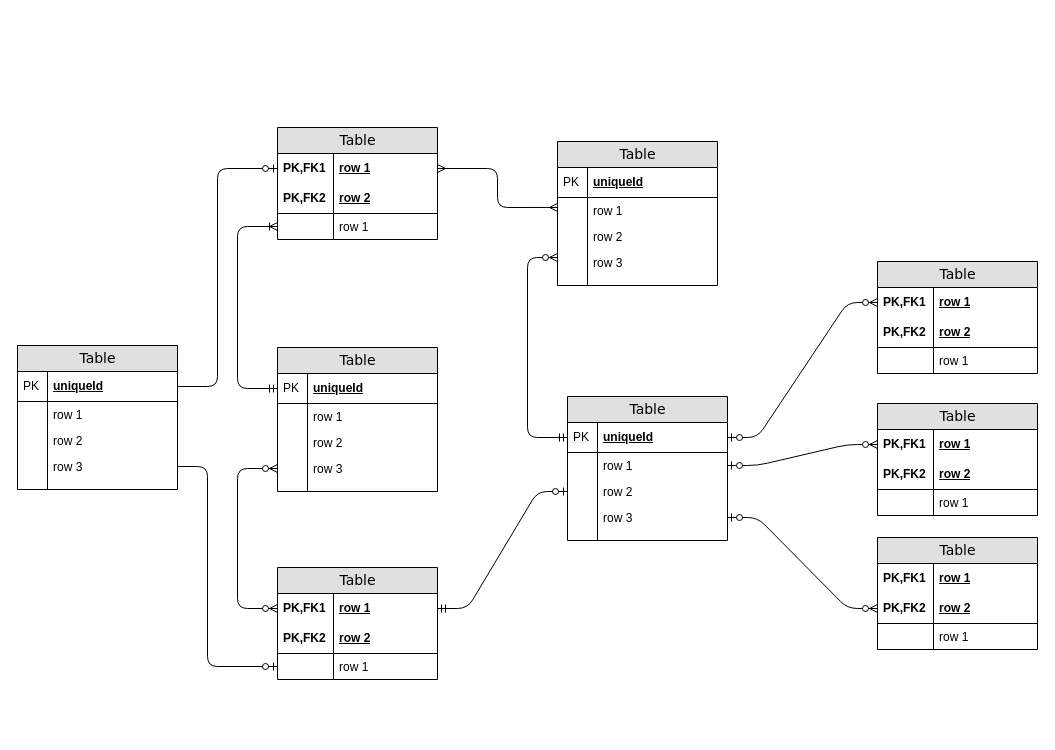
Above: Database Schema Diagram.drawio in nathanalbe/Covalent (draw.io), before the change. Source tidied: cells renumbered, new cells numbered last; positions are measured from the earlier drawing's top-left corner, leaving out a move shared by most shapes. Both pictures are drawn from the tidied source at 100%, with x=0, y=0 at pixel (17, 127).
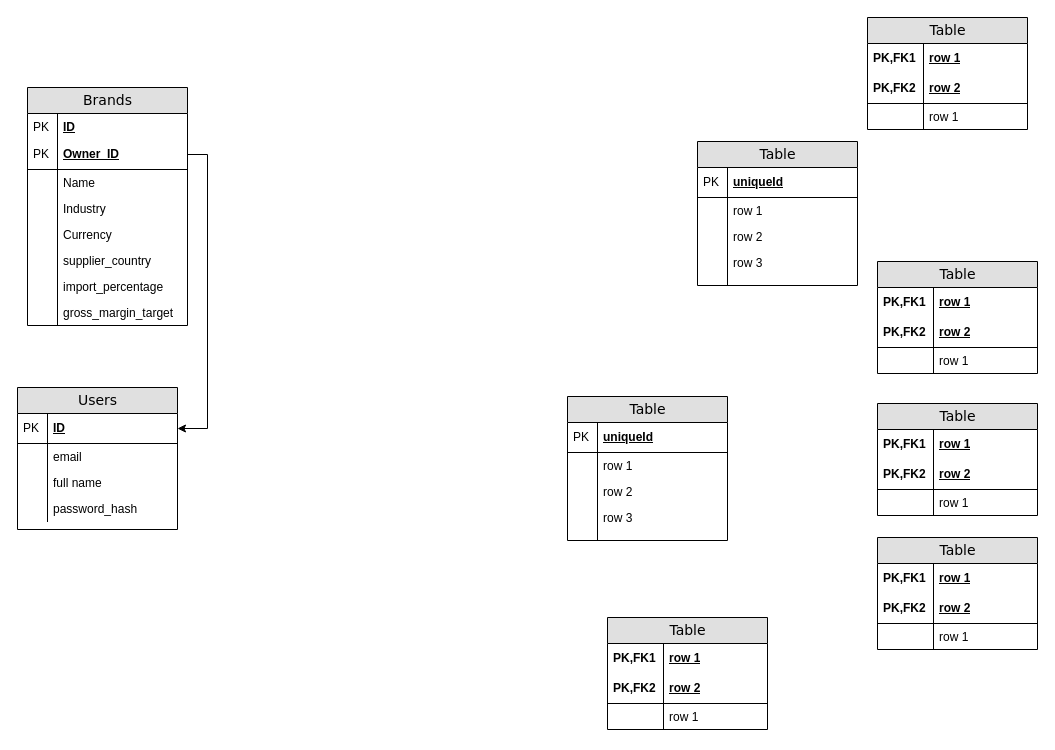
The same diagram, later.

Unchanged cells that the change refers to:
```xml
<mxCell id="3" value="row 1" style="shape=partialRectangle;top=0;left=0;right=0;bottom=0;html=1;align=left;verticalAlign=middle;fillColor=none;spacingLeft=60;spacingRight=4;whiteSpace=wrap;overflow=hidden;points=[[0,0.5],[1,0.5]];portConstraint=eastwest;fontStyle=5;" parent="2" vertex="1">
  <mxGeometry y="26" width="160" height="30" as="geometry" />
</mxCell>
<mxCell id="7" value="row 1" style="shape=partialRectangle;top=0;left=0;right=0;bottom=0;html=1;align=left;verticalAlign=top;fillColor=none;spacingLeft=60;spacingRight=4;whiteSpace=wrap;overflow=hidden;points=[[0,0.5],[1,0.5]];portConstraint=eastwest;" parent="2" vertex="1">
  <mxGeometry y="86" width="160" height="26" as="geometry" />
</mxCell>
<mxCell id="12" value="row 1" style="shape=partialRectangle;top=0;left=0;right=0;bottom=0;html=1;align=left;verticalAlign=top;fillColor=none;spacingLeft=34;spacingRight=4;whiteSpace=wrap;overflow=hidden;points=[[0,0.5],[1,0.5]];portConstraint=eastwest;" parent="9" vertex="1">
  <mxGeometry y="56" width="160" height="26" as="geometry" />
</mxCell>
<mxCell id="16" value="row 3" style="shape=partialRectangle;top=0;left=0;right=0;bottom=0;html=1;align=left;verticalAlign=top;fillColor=none;spacingLeft=34;spacingRight=4;whiteSpace=wrap;overflow=hidden;points=[[0,0.5],[1,0.5]];portConstraint=eastwest;" parent="9" vertex="1">
  <mxGeometry y="108" width="160" height="26" as="geometry" />
</mxCell>
<mxCell id="32" value="uniqueId" style="shape=partialRectangle;top=0;left=0;right=0;bottom=1;html=1;align=left;verticalAlign=middle;fillColor=none;spacingLeft=34;spacingRight=4;whiteSpace=wrap;overflow=hidden;points=[[0,0.5],[1,0.5]];portConstraint=eastwest;fontStyle=5;" parent="31" vertex="1">
  <mxGeometry y="26" width="160" height="30" as="geometry" />
</mxCell>
<mxCell id="34" value="row 1" style="shape=partialRectangle;top=0;left=0;right=0;bottom=0;html=1;align=left;verticalAlign=top;fillColor=none;spacingLeft=34;spacingRight=4;whiteSpace=wrap;overflow=hidden;points=[[0,0.5],[1,0.5]];portConstraint=eastwest;" parent="31" vertex="1">
  <mxGeometry y="56" width="160" height="26" as="geometry" />
</mxCell>
<mxCell id="36" value="row 2" style="shape=partialRectangle;top=0;left=0;right=0;bottom=0;html=1;align=left;verticalAlign=top;fillColor=none;spacingLeft=34;spacingRight=4;whiteSpace=wrap;overflow=hidden;points=[[0,0.5],[1,0.5]];portConstraint=eastwest;" parent="31" vertex="1">
  <mxGeometry y="82" width="160" height="26" as="geometry" />
</mxCell>
<mxCell id="38" value="row 3" style="shape=partialRectangle;top=0;left=0;right=0;bottom=0;html=1;align=left;verticalAlign=top;fillColor=none;spacingLeft=34;spacingRight=4;whiteSpace=wrap;overflow=hidden;points=[[0,0.5],[1,0.5]];portConstraint=eastwest;" parent="31" vertex="1">
  <mxGeometry y="108" width="160" height="26" as="geometry" />
</mxCell>
<mxCell id="43" value="row 1" style="shape=partialRectangle;top=0;left=0;right=0;bottom=0;html=1;align=left;verticalAlign=middle;fillColor=none;spacingLeft=60;spacingRight=4;whiteSpace=wrap;overflow=hidden;points=[[0,0.5],[1,0.5]];portConstraint=eastwest;fontStyle=5;" parent="42" vertex="1">
  <mxGeometry y="26" width="160" height="30" as="geometry" />
</mxCell>
<mxCell id="50" value="row 1" style="shape=partialRectangle;top=0;left=0;right=0;bottom=0;html=1;align=left;verticalAlign=middle;fillColor=none;spacingLeft=60;spacingRight=4;whiteSpace=wrap;overflow=hidden;points=[[0,0.5],[1,0.5]];portConstraint=eastwest;fontStyle=5;" parent="49" vertex="1">
  <mxGeometry y="26" width="160" height="30" as="geometry" />
</mxCell>
<mxCell id="54" value="row 1" style="shape=partialRectangle;top=0;left=0;right=0;bottom=0;html=1;align=left;verticalAlign=top;fillColor=none;spacingLeft=60;spacingRight=4;whiteSpace=wrap;overflow=hidden;points=[[0,0.5],[1,0.5]];portConstraint=eastwest;" parent="49" vertex="1">
  <mxGeometry y="86" width="160" height="26" as="geometry" />
</mxCell>
<mxCell id="63" value="row 1" style="shape=partialRectangle;top=0;left=0;right=0;bottom=0;html=1;align=left;verticalAlign=middle;fillColor=none;spacingLeft=60;spacingRight=4;whiteSpace=wrap;overflow=hidden;points=[[0,0.5],[1,0.5]];portConstraint=eastwest;fontStyle=5;" parent="62" vertex="1">
  <mxGeometry y="26" width="160" height="30" as="geometry" />
</mxCell>
<mxCell id="72" value="row 2" style="shape=partialRectangle;top=0;left=0;right=0;bottom=1;html=1;align=left;verticalAlign=middle;fillColor=none;spacingLeft=60;spacingRight=4;whiteSpace=wrap;overflow=hidden;points=[[0,0.5],[1,0.5]];portConstraint=eastwest;fontStyle=5;" parent="69" vertex="1">
  <mxGeometry y="56" width="160" height="30" as="geometry" />
</mxCell>
```

Diff of the diagram source:
```diff
@@
     <mxCell id="2" value="Table" style="swimlane;html=1;fontStyle=0;horizontal=1;startSize=26;fillColor=#e0e0e0;swimlaneFillColor=#ffffff;align=center;rounded=0;shadow=0;comic=0;labelBackgroundColor=none;strokeWidth=1;fontFamily=Verdana;fontSize=14;" parent="1" vertex="1">
-      <mxGeometry x="260" width="160" height="112" as="geometry" />
+      <mxGeometry x="850" y="-110" width="160" height="112" as="geometry" />
     </mxCell>
@@
     <mxCell id="9" value="Table" style="swimlane;html=1;fontStyle=0;horizontal=1;startSize=26;fillColor=#e0e0e0;swimlaneFillColor=#ffffff;align=center;rounded=0;shadow=0;comic=0;labelBackgroundColor=none;strokeWidth=1;fontFamily=Verdana;fontSize=14;swimlaneLine=1;" parent="1" vertex="1">
-      <mxGeometry x="540" y="14" width="160" height="144" as="geometry" />
+      <mxGeometry x="680" y="14" width="160" height="144" as="geometry" />
     </mxCell>
@@
-    <mxCell id="20" value="Table" style="swimlane;html=1;fontStyle=0;horizontal=1;startSize=26;fillColor=#e0e0e0;swimlaneFillColor=#ffffff;align=center;rounded=0;shadow=0;comic=0;labelBackgroundColor=none;strokeWidth=1;fontFamily=Verdana;fontSize=14;" parent="1" vertex="1">
-      <mxGeometry x="260" y="220" width="160" height="144" as="geometry" />
+    <mxCell id="20" value="Brands" style="swimlane;html=1;fontStyle=0;horizontal=1;startSize=26;fillColor=#e0e0e0;swimlaneFillColor=#ffffff;align=center;rounded=0;shadow=0;comic=0;labelBackgroundColor=none;strokeWidth=1;fontFamily=Verdana;fontSize=14;" parent="1" vertex="1">
+      <mxGeometry x="10" y="-40" width="160" height="238" as="geometry" />
     </mxCell>
+    <mxCell id="23" value="&lt;b&gt;&lt;u&gt;ID&lt;/u&gt;&lt;/b&gt;" style="shape=partialRectangle;top=0;left=0;right=0;bottom=0;html=1;align=left;verticalAlign=top;fillColor=none;spacingLeft=34;spacingRight=4;whiteSpace=wrap;overflow=hidden;" parent="20" vertex="1">
+      <mxGeometry y="26" width="160" height="26" as="geometry" />
+    </mxCell>
+    <mxCell id="24" value="PK" style="shape=partialRectangle;top=0;left=0;bottom=0;html=1;fillColor=none;align=left;verticalAlign=top;spacingLeft=4;spacingRight=4;whiteSpace=wrap;overflow=hidden;" parent="23" vertex="1">
+      <mxGeometry width="30" height="26" as="geometry" />
+    </mxCell>
-    <mxCell id="21" value="uniqueId" style="shape=partialRectangle;top=0;left=0;right=0;bottom=1;html=1;align=left;verticalAlign=middle;fillColor=none;spacingLeft=34;spacingRight=4;whiteSpace=wrap;overflow=hidden;points=[[0,0.5],[1,0.5]];portConstraint=eastwest;fontStyle=5;" parent="20" vertex="1">
-      <mxGeometry y="26" width="160" height="30" as="geometry" />
+    <mxCell id="21" value="Owner_ID" style="shape=partialRectangle;top=0;left=0;right=0;bottom=1;html=1;align=left;verticalAlign=middle;fillColor=none;spacingLeft=34;spacingRight=4;whiteSpace=wrap;overflow=hidden;points=[[0,0.5],[1,0.5]];portConstraint=eastwest;fontStyle=5;" parent="20" vertex="1">
+      <mxGeometry y="52" width="160" height="30" as="geometry" />
     </mxCell>
@@
-    <mxCell id="23" value="row 1" style="shape=partialRectangle;top=0;left=0;right=0;bottom=0;html=1;align=left;verticalAlign=top;fillColor=none;spacingLeft=34;spacingRight=4;whiteSpace=wrap;overflow=hidden;" parent="20" vertex="1">
-      <mxGeometry y="56" width="160" height="26" as="geometry" />
-    </mxCell>
-    <mxCell id="24" style="shape=partialRectangle;top=0;left=0;bottom=0;html=1;fillColor=none;align=left;verticalAlign=top;spacingLeft=4;spacingRight=4;whiteSpace=wrap;overflow=hidden;" parent="23" vertex="1">
-      <mxGeometry width="30" height="26" as="geometry" />
-    </mxCell>
-    <mxCell id="25" value="row 2" style="shape=partialRectangle;top=0;left=0;right=0;bottom=0;html=1;align=left;verticalAlign=top;fillColor=none;spacingLeft=34;spacingRight=4;whiteSpace=wrap;overflow=hidden;" parent="20" vertex="1">
+    <mxCell id="25" value="Name" style="shape=partialRectangle;top=0;left=0;right=0;bottom=0;html=1;align=left;verticalAlign=top;fillColor=none;spacingLeft=34;spacingRight=4;whiteSpace=wrap;overflow=hidden;" parent="20" vertex="1">
       <mxGeometry y="82" width="160" height="26" as="geometry" />
     </mxCell>
@@
-    <mxCell id="27" value="row 3" style="shape=partialRectangle;top=0;left=0;right=0;bottom=0;html=1;align=left;verticalAlign=top;fillColor=none;spacingLeft=34;spacingRight=4;whiteSpace=wrap;overflow=hidden;points=[[0,0.5],[1,0.5]];portConstraint=eastwest;" parent="20" vertex="1">
+    <mxCell id="27" value="Industry" style="shape=partialRectangle;top=0;left=0;right=0;bottom=0;html=1;align=left;verticalAlign=top;fillColor=none;spacingLeft=34;spacingRight=4;whiteSpace=wrap;overflow=hidden;points=[[0,0.5],[1,0.5]];portConstraint=eastwest;" parent="20" vertex="1">
       <mxGeometry y="108" width="160" height="26" as="geometry" />
     </mxCell>
@@
-    <mxCell id="29" style="shape=partialRectangle;top=0;left=0;right=0;bottom=0;html=1;align=left;verticalAlign=top;fillColor=none;spacingLeft=34;spacingRight=4;whiteSpace=wrap;overflow=hidden;" parent="20" vertex="1">
-      <mxGeometry y="134" width="160" height="10" as="geometry" />
-    </mxCell>
-    <mxCell id="30" style="shape=partialRectangle;top=0;left=0;bottom=0;html=1;fillColor=none;align=left;verticalAlign=top;spacingLeft=4;spacingRight=4;whiteSpace=wrap;overflow=hidden;" parent="29" vertex="1">
-      <mxGeometry width="30" height="10" as="geometry" />
-    </mxCell>
+    <mxCell id="91" value="Currency" style="shape=partialRectangle;top=0;left=0;right=0;bottom=0;html=1;align=left;verticalAlign=top;fillColor=none;spacingLeft=34;spacingRight=4;whiteSpace=wrap;overflow=hidden;" parent="20" vertex="1">
+      <mxGeometry y="134" width="160" height="26" as="geometry" />
+    </mxCell>
+    <mxCell id="92" style="shape=partialRectangle;top=0;left=0;bottom=0;html=1;fillColor=none;align=left;verticalAlign=top;spacingLeft=4;spacingRight=4;whiteSpace=wrap;overflow=hidden;" parent="91" vertex="1">
+      <mxGeometry width="30" height="26" as="geometry" />
+    </mxCell>
+    <mxCell id="93" value="supplier_country" style="shape=partialRectangle;top=0;left=0;right=0;bottom=0;html=1;align=left;verticalAlign=top;fillColor=none;spacingLeft=34;spacingRight=4;whiteSpace=wrap;overflow=hidden;" parent="20" vertex="1">
+      <mxGeometry y="160" width="160" height="26" as="geometry" />
+    </mxCell>
+    <mxCell id="94" style="shape=partialRectangle;top=0;left=0;bottom=0;html=1;fillColor=none;align=left;verticalAlign=top;spacingLeft=4;spacingRight=4;whiteSpace=wrap;overflow=hidden;" parent="93" vertex="1">
+      <mxGeometry width="30" height="26" as="geometry" />
+    </mxCell>
+    <mxCell id="95" value="import_percentage" style="shape=partialRectangle;top=0;left=0;right=0;bottom=0;html=1;align=left;verticalAlign=top;fillColor=none;spacingLeft=34;spacingRight=4;whiteSpace=wrap;overflow=hidden;" parent="20" vertex="1">
+      <mxGeometry y="186" width="160" height="26" as="geometry" />
+    </mxCell>
+    <mxCell id="96" style="shape=partialRectangle;top=0;left=0;bottom=0;html=1;fillColor=none;align=left;verticalAlign=top;spacingLeft=4;spacingRight=4;whiteSpace=wrap;overflow=hidden;" parent="95" vertex="1">
+      <mxGeometry width="30" height="26" as="geometry" />
+    </mxCell>
+    <mxCell id="97" value="gross_margin_target" style="shape=partialRectangle;top=0;left=0;right=0;bottom=0;html=1;align=left;verticalAlign=top;fillColor=none;spacingLeft=34;spacingRight=4;whiteSpace=wrap;overflow=hidden;" parent="20" vertex="1">
+      <mxGeometry y="212" width="160" height="26" as="geometry" />
+    </mxCell>
+    <mxCell id="98" style="shape=partialRectangle;top=0;left=0;bottom=0;html=1;fillColor=none;align=left;verticalAlign=top;spacingLeft=4;spacingRight=4;whiteSpace=wrap;overflow=hidden;" parent="97" vertex="1">
+      <mxGeometry width="30" height="26" as="geometry" />
+    </mxCell>
@@
     <mxCell id="49" value="Table" style="swimlane;html=1;fontStyle=0;horizontal=1;startSize=26;fillColor=#e0e0e0;swimlaneFillColor=#ffffff;align=center;rounded=0;shadow=0;comic=0;labelBackgroundColor=none;strokeWidth=1;fontFamily=Verdana;fontSize=14;" parent="1" vertex="1">
-      <mxGeometry x="260" y="440" width="160" height="112" as="geometry" />
+      <mxGeometry x="590" y="490" width="160" height="112" as="geometry" />
     </mxCell>
@@
-    <mxCell id="56" style="edgeStyle=orthogonalEdgeStyle;html=1;endArrow=ERoneToMany;startArrow=ERmandOne;labelBackgroundColor=none;fontFamily=Verdana;fontSize=14;entryX=0;entryY=0.5;exitX=0;exitY=0.5;" parent="1" edge="1" source="21" target="7">
-      <mxGeometry relative="1" as="geometry">
-        <Array as="points">
-          <mxPoint x="220" y="261" />
-          <mxPoint x="220" y="99" />
-        </Array>
-      </mxGeometry>
-    </mxCell>
-    <mxCell id="57" style="edgeStyle=orthogonalEdgeStyle;html=1;endArrow=ERzeroToMany;endFill=1;startArrow=ERzeroToMany;labelBackgroundColor=none;fontFamily=Verdana;fontSize=14;entryX=0;entryY=0.5;exitX=0;exitY=0.5;" parent="1" edge="1" source="50" target="27">
-      <mxGeometry relative="1" as="geometry">
-        <Array as="points">
-          <mxPoint x="220" y="481" />
-          <mxPoint x="220" y="341" />
-        </Array>
-      </mxGeometry>
-    </mxCell>
-    <mxCell id="58" style="edgeStyle=orthogonalEdgeStyle;html=1;endArrow=ERmany;startArrow=ERmany;labelBackgroundColor=none;fontFamily=Verdana;fontSize=14;entryX=1;entryY=0.5;exitX=0;exitY=0.383;exitPerimeter=0;" parent="1" edge="1" source="12" target="3">
-      <mxGeometry relative="1" as="geometry">
-        <Array as="points">
-          <mxPoint x="480" y="80" />
-          <mxPoint x="480" y="41" />
-        </Array>
-      </mxGeometry>
-    </mxCell>
-    <mxCell id="59" style="edgeStyle=orthogonalEdgeStyle;html=1;endArrow=ERzeroToMany;startArrow=ERmandOne;labelBackgroundColor=none;fontFamily=Verdana;fontSize=14;entryX=0;entryY=0.308;entryPerimeter=0;exitX=0;exitY=0.5;" parent="1" edge="1" source="32" target="16">
-      <mxGeometry relative="1" as="geometry">
-        <Array as="points">
-          <mxPoint x="510" y="310" />
-          <mxPoint x="510" y="130" />
-        </Array>
-      </mxGeometry>
-    </mxCell>
-    <mxCell id="60" style="edgeStyle=entityRelationEdgeStyle;html=1;endArrow=ERzeroToOne;startArrow=ERmandOne;labelBackgroundColor=none;fontFamily=Verdana;fontSize=14;exitX=1;exitY=0.5;entryX=0;entryY=0.5;" parent="1" edge="1" source="50" target="36">
-      <mxGeometry relative="1" as="geometry" />
-    </mxCell>
-    <mxCell id="61" style="edgeStyle=entityRelationEdgeStyle;html=1;endArrow=ERzeroToMany;startArrow=ERzeroToOne;labelBackgroundColor=none;fontFamily=Verdana;fontSize=14;entryX=0;entryY=0.5;exitX=1;exitY=0.5;" parent="1" edge="1" source="32" target="43">
-      <mxGeometry relative="1" as="geometry" />
-    </mxCell>
@@
-    <mxCell id="76" style="edgeStyle=entityRelationEdgeStyle;html=1;endArrow=ERzeroToMany;startArrow=ERzeroToOne;labelBackgroundColor=none;fontFamily=Verdana;fontSize=14;entryX=0;entryY=0.5;exitX=1;exitY=0.5;" parent="1" edge="1" source="34" target="63">
-      <mxGeometry relative="1" as="geometry" />
-    </mxCell>
-    <mxCell id="77" style="edgeStyle=entityRelationEdgeStyle;html=1;endArrow=ERzeroToMany;startArrow=ERzeroToOne;labelBackgroundColor=none;fontFamily=Verdana;fontSize=14;entryX=0;entryY=0.5;exitX=1;exitY=0.5;" parent="1" edge="1" source="38" target="72">
-      <mxGeometry relative="1" as="geometry" />
-    </mxCell>
-    <mxCell id="78" value="Table" style="swimlane;html=1;fontStyle=0;horizontal=1;startSize=26;fillColor=#e0e0e0;swimlaneFillColor=#ffffff;align=center;rounded=0;shadow=0;comic=0;labelBackgroundColor=none;strokeWidth=1;fontFamily=Verdana;fontSize=14;" parent="1" vertex="1">
-      <mxGeometry y="218" width="160" height="144" as="geometry" />
+    <mxCell id="78" value="Users" style="swimlane;html=1;fontStyle=0;horizontal=1;startSize=26;fillColor=#e0e0e0;swimlaneFillColor=#ffffff;align=center;rounded=0;shadow=0;comic=0;labelBackgroundColor=none;strokeWidth=1;fontFamily=Verdana;fontSize=14;" parent="1" vertex="1">
+      <mxGeometry y="260" width="160" height="142" as="geometry" />
     </mxCell>
-    <mxCell id="79" value="uniqueId" style="shape=partialRectangle;top=0;left=0;right=0;bottom=1;html=1;align=left;verticalAlign=middle;fillColor=none;spacingLeft=34;spacingRight=4;whiteSpace=wrap;overflow=hidden;points=[[0,0.5],[1,0.5]];portConstraint=eastwest;fontStyle=5;" parent="78" vertex="1">
+    <mxCell id="79" value="ID" style="shape=partialRectangle;top=0;left=0;right=0;bottom=1;html=1;align=left;verticalAlign=middle;fillColor=none;spacingLeft=34;spacingRight=4;whiteSpace=wrap;overflow=hidden;points=[[0,0.5],[1,0.5]];portConstraint=eastwest;fontStyle=5;" parent="78" vertex="1">
       <mxGeometry y="26" width="160" height="30" as="geometry" />
     </mxCell>
@@
-    <mxCell id="81" value="row 1" style="shape=partialRectangle;top=0;left=0;right=0;bottom=0;html=1;align=left;verticalAlign=top;fillColor=none;spacingLeft=34;spacingRight=4;whiteSpace=wrap;overflow=hidden;" parent="78" vertex="1">
+    <mxCell id="81" value="email" style="shape=partialRectangle;top=0;left=0;right=0;bottom=0;html=1;align=left;verticalAlign=top;fillColor=none;spacingLeft=34;spacingRight=4;whiteSpace=wrap;overflow=hidden;" parent="78" vertex="1">
       <mxGeometry y="56" width="160" height="26" as="geometry" />
     </mxCell>
@@
-    <mxCell id="83" value="row 2" style="shape=partialRectangle;top=0;left=0;right=0;bottom=0;html=1;align=left;verticalAlign=top;fillColor=none;spacingLeft=34;spacingRight=4;whiteSpace=wrap;overflow=hidden;" parent="78" vertex="1">
+    <mxCell id="83" value="full name" style="shape=partialRectangle;top=0;left=0;right=0;bottom=0;html=1;align=left;verticalAlign=top;fillColor=none;spacingLeft=34;spacingRight=4;whiteSpace=wrap;overflow=hidden;" parent="78" vertex="1">
       <mxGeometry y="82" width="160" height="26" as="geometry" />
     </mxCell>
@@
-    <mxCell id="85" value="row 3" style="shape=partialRectangle;top=0;left=0;right=0;bottom=0;html=1;align=left;verticalAlign=top;fillColor=none;spacingLeft=34;spacingRight=4;whiteSpace=wrap;overflow=hidden;points=[[0,0.5],[1,0.5]];portConstraint=eastwest;" parent="78" vertex="1">
+    <mxCell id="85" value="password_hash" style="shape=partialRectangle;top=0;left=0;right=0;bottom=0;html=1;align=left;verticalAlign=top;fillColor=none;spacingLeft=34;spacingRight=4;whiteSpace=wrap;overflow=hidden;points=[[0,0.5],[1,0.5]];portConstraint=eastwest;" parent="78" vertex="1">
       <mxGeometry y="108" width="160" height="26" as="geometry" />
     </mxCell>
@@
-    <mxCell id="87" style="shape=partialRectangle;top=0;left=0;right=0;bottom=0;html=1;align=left;verticalAlign=top;fillColor=none;spacingLeft=34;spacingRight=4;whiteSpace=wrap;overflow=hidden;" parent="78" vertex="1">
-      <mxGeometry y="134" width="160" height="10" as="geometry" />
-    </mxCell>
-    <mxCell id="88" style="shape=partialRectangle;top=0;left=0;bottom=0;html=1;fillColor=none;align=left;verticalAlign=top;spacingLeft=4;spacingRight=4;whiteSpace=wrap;overflow=hidden;" parent="87" vertex="1">
-      <mxGeometry width="30" height="10" as="geometry" />
-    </mxCell>
-    <mxCell id="89" style="edgeStyle=orthogonalEdgeStyle;html=1;endArrow=ERzeroToOne;endFill=1;labelBackgroundColor=none;fontFamily=Verdana;fontSize=14;entryX=0;entryY=0.5;exitX=1;exitY=0.5;" parent="1" edge="1" source="79" target="3">
-      <mxGeometry relative="1" as="geometry">
-        <Array as="points">
-          <mxPoint x="200" y="259" />
-          <mxPoint x="200" y="41" />
-        </Array>
-      </mxGeometry>
-    </mxCell>
-    <mxCell id="90" style="edgeStyle=orthogonalEdgeStyle;html=1;endArrow=ERzeroToOne;endFill=1;labelBackgroundColor=none;fontFamily=Verdana;fontSize=14;entryX=0;entryY=0.5;exitX=1;exitY=0.5;" parent="1" edge="1" source="85" target="54">
-      <mxGeometry relative="1" as="geometry">
-        <Array as="points">
-          <mxPoint x="190" y="339" />
-          <mxPoint x="190" y="539" />
-        </Array>
-      </mxGeometry>
-    </mxCell>
+    <mxCell id="99" style="edgeStyle=orthogonalEdgeStyle;rounded=0;jettySize=auto;html=1;exitX=1;exitY=0.5;exitDx=0;exitDy=0;entryX=1;entryY=0.5;entryDx=0;entryDy=0;" parent="1" edge="1" source="21" target="79">
+      <mxGeometry relative="1" as="geometry" />
+    </mxCell>
```
